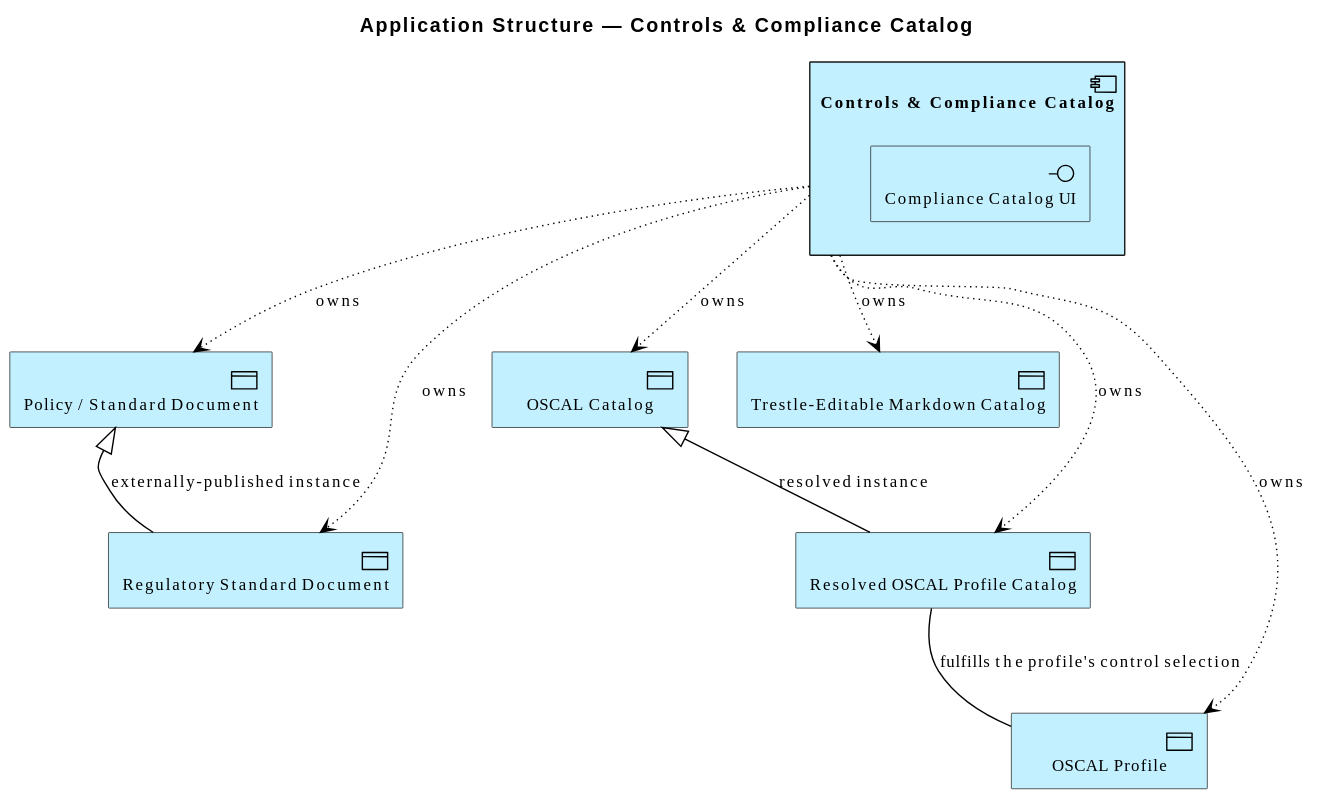
The PlantUML diagram architecture/model/diagrams/application/catalog-structure.svg in wolffy-au/frictionless-architect, before a commit. The source it was exported from:
```plantuml
@startuml
!include <archimate/Archimate>

title Application Structure — Controls & Compliance Catalog

Application_Component(e_ide4bef3733af65a, "Controls & Compliance Catalog") {
  Application_Interface(e_id95791e10ad1d54, "Compliance Catalog UI")
}
Application_DataObject(e_id927f60a254485e, "Policy / Standard Document")
Application_DataObject(e_idd08116e0443f59, "Regulatory Standard Document")
Application_DataObject(e_id3329e928e27e5f, "Trestle-Editable Markdown Catalog")
Application_DataObject(e_idcc681c494fb159, "OSCAL Catalog")
Application_DataObject(e_id54f9615f925859, "OSCAL Profile")
Application_DataObject(e_id3d03c0f847fc57, "Resolved OSCAL Profile Catalog")

Rel_Specialization_Up(e_idd08116e0443f59, e_id927f60a254485e, "externally-published instance")
Rel_Specialization_Up(e_id3d03c0f847fc57, e_idcc681c494fb159, "resolved instance")
Rel_Association(e_id3d03c0f847fc57, e_id54f9615f925859, "fulfills the profile's control selection")
Rel_Access_w(e_ide4bef3733af65a, e_id927f60a254485e, "owns")
Rel_Access_w(e_ide4bef3733af65a, e_idd08116e0443f59, "owns")
Rel_Access_w(e_ide4bef3733af65a, e_id3329e928e27e5f, "owns")
Rel_Access_w(e_ide4bef3733af65a, e_idcc681c494fb159, "owns")
Rel_Access_w(e_ide4bef3733af65a, e_id54f9615f925859, "owns")
Rel_Access_w(e_ide4bef3733af65a, e_id3d03c0f847fc57, "owns")
@enduml
```
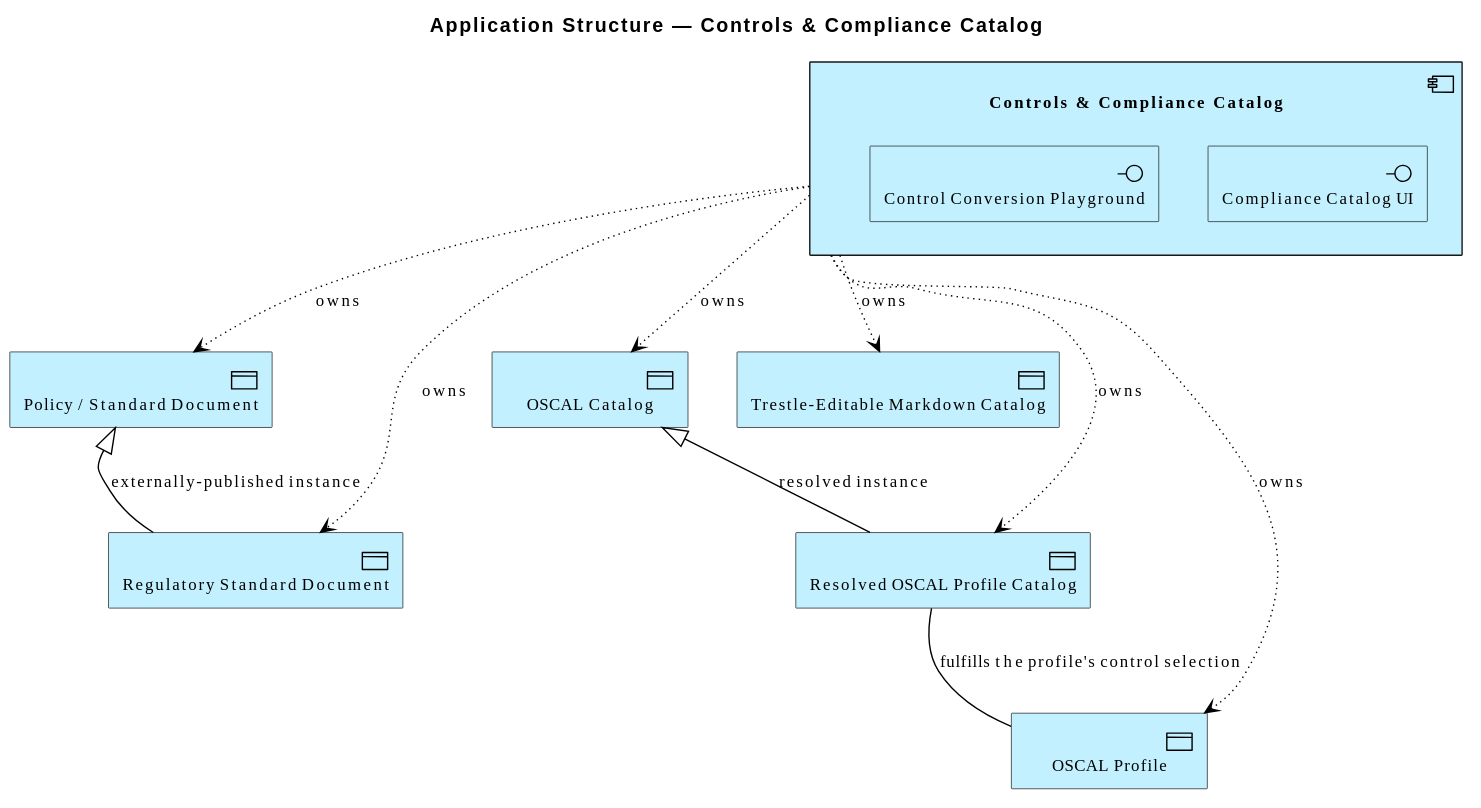
The same diagram one commit later.

The edit, as a diff of the source:
```diff
@@ -5,6 +5,7 @@
 
 Application_Component(e_ide4bef3733af65a, "Controls & Compliance Catalog") {
   Application_Interface(e_id95791e10ad1d54, "Compliance Catalog UI")
+  Application_Interface(e_id8b35221248445f, "Control Conversion Playground")
 }
 Application_DataObject(e_id927f60a254485e, "Policy / Standard Document")
 Application_DataObject(e_idd08116e0443f59, "Regulatory Standard Document")
```
